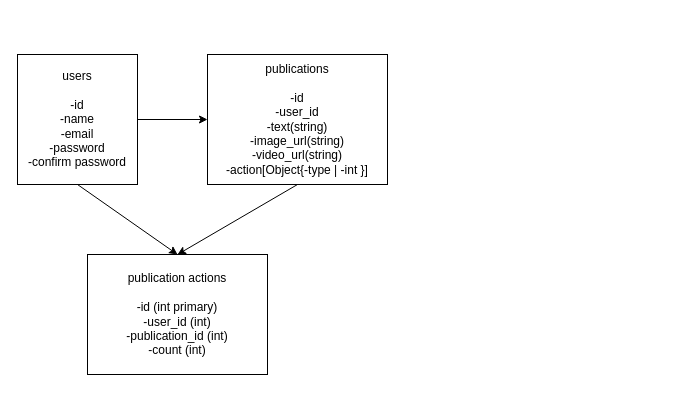
Earlier version of the draw.io diagram draw.drawio (Clement-Leger/Project-Bookface). Source tidied: cells renumbered, new cells numbered last; positions are measured from the earlier drawing's top-left corner, leaving out a move shared by most shapes. Both pictures are drawn from the tidied source at 100%, with x=0, y=0 at pixel (17, 54).
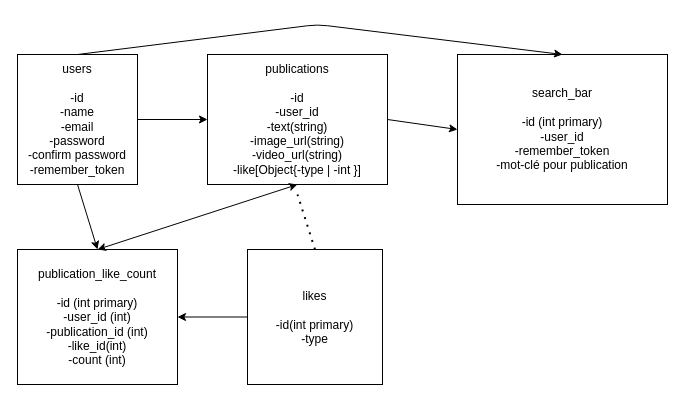
The same page after the edit.

Diff of the diagram source:
```diff
@@
 <mxGraphModel>
   <root>
     <mxCell id="0" />
     <mxCell id="1" parent="0" />
-    <mxCell id="2" value="users&lt;br&gt;&lt;br&gt;-id&lt;br&gt;-name&lt;br&gt;-email&lt;br&gt;-password&lt;br&gt;-confirm password" style="rounded=0;whiteSpace=wrap;html=1;" parent="1" vertex="1">
+    <mxCell id="2" value="users&lt;br&gt;&lt;br&gt;-id&lt;br&gt;-name&lt;br&gt;-email&lt;br&gt;-password&lt;br&gt;-confirm password&lt;br&gt;-remember_token" style="rounded=0;whiteSpace=wrap;html=1;" parent="1" vertex="1">
       <mxGeometry width="120" height="130" as="geometry" />
     </mxCell>
-    <mxCell id="3" value="publications&lt;br&gt;&lt;br&gt;-id&lt;br&gt;-user_id&lt;br&gt;-text(string)&lt;br&gt;-image_url(string)&lt;br&gt;-video_url(string)&lt;br&gt;-action[Object{-type | -int }]" style="rounded=0;whiteSpace=wrap;html=1;" parent="1" vertex="1">
+    <mxCell id="3" value="publications&lt;br&gt;&lt;br&gt;-id&lt;br&gt;-user_id&lt;br&gt;-text(string)&lt;br&gt;-image_url(string)&lt;br&gt;-video_url(string)&lt;br&gt;-like[Object{-type | -int }]" style="rounded=0;whiteSpace=wrap;html=1;" parent="1" vertex="1">
       <mxGeometry x="190" width="180" height="130" as="geometry" />
     </mxCell>
-    <mxCell id="4" value="publication actions&lt;br&gt;&lt;br&gt;-id (int primary)&lt;br&gt;-user_id (int)&lt;br&gt;-publication_id (int)&lt;br&gt;-count (int)" style="rounded=0;whiteSpace=wrap;html=1;" parent="1" vertex="1">
-      <mxGeometry x="70" y="200" width="180" height="120" as="geometry" />
+    <mxCell id="4" value="publication_like_count&lt;br&gt;&lt;br&gt;-id (int primary)&lt;br&gt;-user_id (int)&lt;br&gt;-publication_id (int)&lt;br&gt;-like_id(int)&lt;br&gt;-count (int)" style="rounded=0;whiteSpace=wrap;html=1;" parent="1" vertex="1">
+      <mxGeometry y="195" width="160" height="135" as="geometry" />
     </mxCell>
     <mxCell id="5" style="endArrow=classic;html=1;exitX=1;exitY=0.5;exitDx=0;exitDy=0;entryX=0;entryY=0.5;entryDx=0;entryDy=0;" parent="1" edge="1" source="2" target="3">
       <mxGeometry relative="1" as="geometry" />
     </mxCell>
-    <mxCell id="6" style="endArrow=classic;html=1;entryX=0.5;entryY=0;entryDx=0;entryDy=0;exitX=0.5;exitY=1;exitDx=0;exitDy=0;" parent="1" edge="1" source="3" target="4">
-      <mxGeometry relative="1" as="geometry" />
-    </mxCell>
     <mxCell id="7" style="endArrow=classic;html=1;exitX=0.5;exitY=1;exitDx=0;exitDy=0;entryX=0.5;entryY=0;entryDx=0;entryDy=0;" parent="1" edge="1" source="2" target="4">
       <mxGeometry relative="1" as="geometry" />
     </mxCell>
+    <mxCell id="8" style="endArrow=classic;startArrow=classic;html=1;exitX=0.5;exitY=0;exitDx=0;exitDy=0;entryX=0.5;entryY=1;entryDx=0;entryDy=0;" parent="1" edge="1" source="4" target="3">
+      <mxGeometry relative="1" as="geometry" />
+    </mxCell>
+    <mxCell id="9" value="likes&lt;br&gt;&lt;br&gt;-id(int primary)&lt;br&gt;-type" style="whiteSpace=wrap;html=1;" parent="1" vertex="1">
+      <mxGeometry x="230" y="195" width="135" height="135" as="geometry" />
+    </mxCell>
+    <mxCell id="10" style="endArrow=classic;html=1;exitX=0;exitY=0.5;exitDx=0;exitDy=0;entryX=1;entryY=0.5;entryDx=0;entryDy=0;" parent="1" edge="1" source="9" target="4">
+      <mxGeometry relative="1" as="geometry" />
+    </mxCell>
+    <mxCell id="11" style="endArrow=none;dashed=1;html=1;dashPattern=1 3;strokeWidth=2;exitX=0.5;exitY=0;exitDx=0;exitDy=0;" parent="1" edge="1" source="9">
+      <mxGeometry relative="1" as="geometry">
+        <mxPoint x="280" y="140" as="targetPoint" />
+      </mxGeometry>
+    </mxCell>
+    <mxCell id="12" value="search_bar&lt;br&gt;&lt;br&gt;-id (int primary)&lt;br&gt;-user_id&lt;br&gt;-remember_token&lt;br&gt;-mot-clé pour publication" style="rounded=0;whiteSpace=wrap;html=1;" parent="1" vertex="1">
+      <mxGeometry x="440" width="210" height="150" as="geometry" />
+    </mxCell>
+    <mxCell id="13" style="endArrow=classic;html=1;entryX=0.5;entryY=0;entryDx=0;entryDy=0;exitX=0.5;exitY=0;exitDx=0;exitDy=0;" parent="1" edge="1" source="2" target="12">
+      <mxGeometry relative="1" as="geometry">
+        <Array as="points">
+          <mxPoint x="300" y="-30" />
+        </Array>
+      </mxGeometry>
+    </mxCell>
+    <mxCell id="14" style="endArrow=classic;html=1;entryX=0;entryY=0.5;entryDx=0;entryDy=0;exitX=1;exitY=0.5;exitDx=0;exitDy=0;" parent="1" edge="1" source="3" target="12">
+      <mxGeometry relative="1" as="geometry" />
+    </mxCell>
   </root>
 </mxGraphModel>
```
